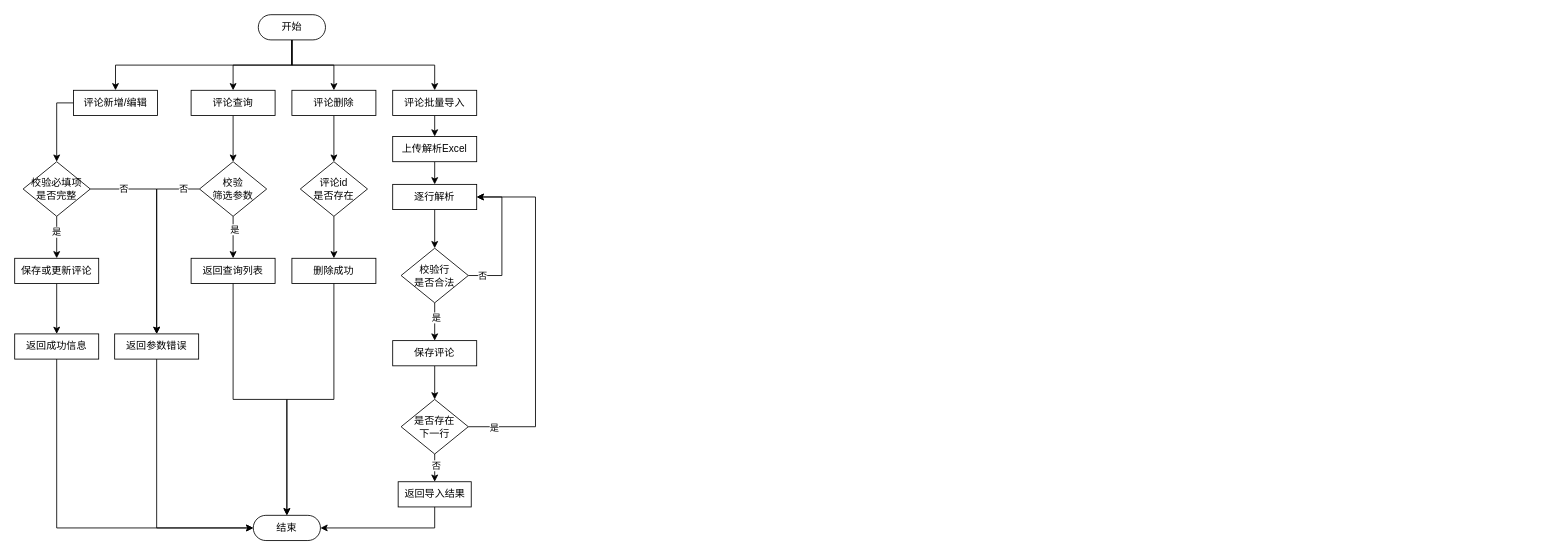
The draw.io diagram page "评论管理模块流程图" (15 of 19) of 题库E-R.drawio in ChenLiheng/question-project, before the edit. Source tidied: cells renumbered, new cells numbered last; positions are measured from the earlier drawing's top-left corner, leaving out a move shared by most shapes. Both pictures are drawn from the tidied source at 84%, with x=0, y=0 at pixel (14, 14).
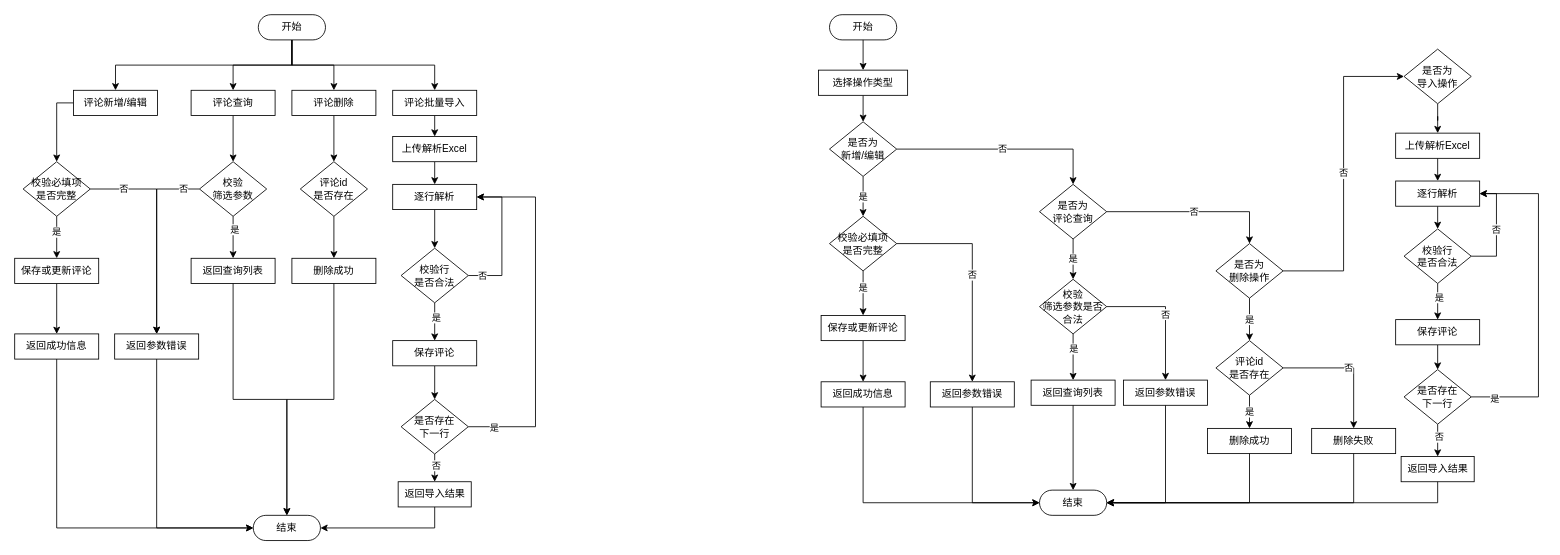
The same diagram, later.

The edit, as a diff of the source:
```diff
@@
+    <mxCell id="56" style="group;" parent="1" vertex="1">
+      <mxGeometry x="957" width="857" height="596" as="geometry" />
+    </mxCell>
+    <mxCell id="57" value="开始" style="html=1;dashed=0;whiteSpace=wrap;shape=mxgraph.dfd.start;" parent="56" vertex="1">
+      <mxGeometry x="13" width="80" height="30" as="geometry" />
+    </mxCell>
+    <mxCell id="58" style="group;" parent="56" vertex="1">
+      <mxGeometry y="41" width="857" height="555" as="geometry" />
+    </mxCell>
+    <mxCell id="59" style="edgeStyle=orthogonalEdgeStyle;rounded=0;jettySize=auto;html=1;exitX=0.5;exitY=1;exitDx=0;exitDy=0;entryX=0.5;entryY=0;entryDx=0;entryDy=0;" parent="58" edge="1" source="60" target="63">
+      <mxGeometry relative="1" as="geometry" />
+    </mxCell>
+    <mxCell id="60" value="选择操作类型" style="whiteSpace=wrap;html=1;dashed=0;" parent="58" vertex="1">
+      <mxGeometry y="25" width="106" height="30" as="geometry" />
+    </mxCell>
+    <mxCell id="61" value="是" style="edgeStyle=orthogonalEdgeStyle;rounded=0;jettySize=auto;html=1;exitX=0.5;exitY=1;exitDx=0;exitDy=0;entryX=0.5;entryY=0;entryDx=0;entryDy=0;" parent="58" edge="1" source="63" target="67">
+      <mxGeometry relative="1" as="geometry" />
+    </mxCell>
+    <mxCell id="62" value="否" style="edgeStyle=orthogonalEdgeStyle;rounded=0;jettySize=auto;html=1;exitX=1;exitY=0.5;exitDx=0;exitDy=0;entryX=0.5;entryY=0;entryDx=0;entryDy=0;" parent="58" edge="1" source="63" target="77">
+      <mxGeometry relative="1" as="geometry" />
+    </mxCell>
+    <mxCell id="63" value="是否为&lt;div&gt;新增/编辑&lt;/div&gt;" style="rhombus;whiteSpace=wrap;html=1;dashed=0;" parent="58" vertex="1">
+      <mxGeometry x="13" y="86.5" width="80" height="65" as="geometry" />
+    </mxCell>
+    <mxCell id="64" style="edgeStyle=orthogonalEdgeStyle;rounded=0;jettySize=auto;html=1;exitX=0.5;exitY=1;exitDx=0;exitDy=0;entryX=0.5;entryY=0;entryDx=0;entryDy=0;" parent="58" edge="1" source="67" target="69">
+      <mxGeometry relative="1" as="geometry" />
+    </mxCell>
+    <mxCell id="65" value="是" style="edgeLabel;html=1;align=center;verticalAlign=middle;" parent="64" vertex="1">
+      <mxGeometry x="-0.28" y="-1" relative="1" as="geometry" />
+    </mxCell>
+    <mxCell id="66" value="否" style="edgeStyle=orthogonalEdgeStyle;rounded=0;jettySize=auto;html=1;exitX=1;exitY=0.5;exitDx=0;exitDy=0;entryX=0.5;entryY=0;entryDx=0;entryDy=0;" parent="58" edge="1" source="67" target="73">
+      <mxGeometry relative="1" as="geometry" />
+    </mxCell>
+    <mxCell id="67" value="校验必填项&lt;div&gt;是否完整&lt;/div&gt;" style="rhombus;whiteSpace=wrap;html=1;dashed=0;" parent="58" vertex="1">
+      <mxGeometry x="13" y="199" width="80" height="65" as="geometry" />
+    </mxCell>
+    <mxCell id="68" style="edgeStyle=orthogonalEdgeStyle;rounded=0;jettySize=auto;html=1;exitX=0.5;exitY=1;exitDx=0;exitDy=0;entryX=0.5;entryY=0;entryDx=0;entryDy=0;" parent="58" edge="1" source="69" target="70">
+      <mxGeometry relative="1" as="geometry" />
+    </mxCell>
+    <mxCell id="69" value="保存或更新评论" style="html=1;dashed=0;whiteSpace=wrap;" parent="58" vertex="1">
+      <mxGeometry x="3" y="317" width="100" height="30" as="geometry" />
+    </mxCell>
+    <mxCell id="70" value="返回成功信息" style="html=1;dashed=0;whiteSpace=wrap;" parent="58" vertex="1">
+      <mxGeometry x="3" y="396" width="100" height="30" as="geometry" />
+    </mxCell>
+    <mxCell id="71" value="结束" style="html=1;dashed=0;whiteSpace=wrap;shape=mxgraph.dfd.start;" parent="58" vertex="1">
+      <mxGeometry x="263" y="525" width="80" height="30" as="geometry" />
+    </mxCell>
+    <mxCell id="72" style="edgeStyle=orthogonalEdgeStyle;rounded=0;jettySize=auto;html=1;exitX=0.5;exitY=1;exitDx=0;exitDy=0;entryX=0;entryY=0.5;entryDx=0;entryDy=0;entryPerimeter=0;" parent="58" edge="1" source="70" target="71">
+      <mxGeometry relative="1" as="geometry" />
+    </mxCell>
+    <mxCell id="73" value="返回参数错误" style="html=1;dashed=0;whiteSpace=wrap;" parent="58" vertex="1">
+      <mxGeometry x="133" y="396" width="100" height="30" as="geometry" />
+    </mxCell>
+    <mxCell id="74" style="edgeStyle=orthogonalEdgeStyle;rounded=0;jettySize=auto;html=1;exitX=0.5;exitY=1;exitDx=0;exitDy=0;entryX=0;entryY=0.5;entryDx=0;entryDy=0;entryPerimeter=0;" parent="58" edge="1" source="73" target="71">
+      <mxGeometry relative="1" as="geometry" />
+    </mxCell>
+    <mxCell id="75" value="是" style="edgeStyle=orthogonalEdgeStyle;rounded=0;jettySize=auto;html=1;exitX=0.5;exitY=1;exitDx=0;exitDy=0;entryX=0.5;entryY=0;entryDx=0;entryDy=0;" parent="58" edge="1" source="77" target="81">
+      <mxGeometry relative="1" as="geometry" />
+    </mxCell>
+    <mxCell id="76" value="否" style="edgeStyle=orthogonalEdgeStyle;rounded=0;jettySize=auto;html=1;exitX=1;exitY=0.5;exitDx=0;exitDy=0;entryX=0.5;entryY=0;entryDx=0;entryDy=0;" parent="58" edge="1" source="77" target="88">
+      <mxGeometry relative="1" as="geometry" />
+    </mxCell>
+    <mxCell id="77" value="是否为&lt;div&gt;评论查询&lt;/div&gt;" style="rhombus;whiteSpace=wrap;html=1;dashed=0;" parent="58" vertex="1">
+      <mxGeometry x="263" y="161" width="80" height="65" as="geometry" />
+    </mxCell>
+    <mxCell id="78" style="edgeStyle=orthogonalEdgeStyle;rounded=0;jettySize=auto;html=1;exitX=0.5;exitY=1;exitDx=0;exitDy=0;entryX=0.5;entryY=0;entryDx=0;entryDy=0;" parent="58" edge="1" source="81" target="82">
+      <mxGeometry relative="1" as="geometry" />
+    </mxCell>
+    <mxCell id="79" value="是" style="edgeLabel;html=1;align=center;verticalAlign=middle;" parent="78" vertex="1">
+      <mxGeometry x="-0.38" relative="1" as="geometry" />
+    </mxCell>
+    <mxCell id="80" value="否" style="edgeStyle=orthogonalEdgeStyle;rounded=0;jettySize=auto;html=1;exitX=1;exitY=0.5;exitDx=0;exitDy=0;entryX=0.5;entryY=0;entryDx=0;entryDy=0;" parent="58" edge="1" source="81" target="84">
+      <mxGeometry relative="1" as="geometry" />
+    </mxCell>
+    <mxCell id="81" value="校验&lt;div&gt;筛选参数是否合法&lt;br&gt;&lt;/div&gt;" style="rhombus;whiteSpace=wrap;html=1;dashed=0;" parent="58" vertex="1">
+      <mxGeometry x="263" y="274" width="80" height="65" as="geometry" />
+    </mxCell>
+    <mxCell id="82" value="返回查询列表" style="html=1;dashed=0;whiteSpace=wrap;" parent="58" vertex="1">
+      <mxGeometry x="253" y="394" width="100" height="30" as="geometry" />
+    </mxCell>
+    <mxCell id="83" style="edgeStyle=orthogonalEdgeStyle;rounded=0;jettySize=auto;html=1;exitX=0.5;exitY=1;exitDx=0;exitDy=0;entryX=0.5;entryY=0.5;entryDx=0;entryDy=-15;entryPerimeter=0;" parent="58" edge="1" source="82" target="71">
+      <mxGeometry relative="1" as="geometry" />
+    </mxCell>
+    <mxCell id="84" value="返回参数错误" style="html=1;dashed=0;whiteSpace=wrap;" parent="58" vertex="1">
+      <mxGeometry x="363" y="394" width="100" height="30" as="geometry" />
+    </mxCell>
+    <mxCell id="85" style="edgeStyle=orthogonalEdgeStyle;rounded=0;jettySize=auto;html=1;exitX=0.5;exitY=1;exitDx=0;exitDy=0;entryX=1;entryY=0.5;entryDx=0;entryDy=0;entryPerimeter=0;" parent="58" edge="1" source="84" target="71">
+      <mxGeometry relative="1" as="geometry" />
+    </mxCell>
+    <mxCell id="86" value="是" style="edgeStyle=orthogonalEdgeStyle;rounded=0;jettySize=auto;html=1;exitX=0.5;exitY=1;exitDx=0;exitDy=0;entryX=0.5;entryY=0;entryDx=0;entryDy=0;" parent="58" edge="1" source="88" target="91">
+      <mxGeometry relative="1" as="geometry" />
+    </mxCell>
+    <mxCell id="87" value="否" style="edgeStyle=orthogonalEdgeStyle;rounded=0;jettySize=auto;html=1;exitX=1;exitY=0.5;exitDx=0;exitDy=0;entryX=0;entryY=0.5;entryDx=0;entryDy=0;" parent="58" edge="1" source="88" target="97">
+      <mxGeometry relative="1" as="geometry" />
+    </mxCell>
+    <mxCell id="88" value="是否为&lt;div&gt;删除操作&lt;/div&gt;" style="rhombus;whiteSpace=wrap;html=1;dashed=0;" parent="58" vertex="1">
+      <mxGeometry x="473" y="231.5" width="80" height="65" as="geometry" />
+    </mxCell>
+    <mxCell id="89" value="是" style="edgeStyle=orthogonalEdgeStyle;rounded=0;jettySize=auto;html=1;exitX=0.5;exitY=1;exitDx=0;exitDy=0;entryX=0.5;entryY=0;entryDx=0;entryDy=0;" parent="58" edge="1" source="91" target="92">
+      <mxGeometry relative="1" as="geometry" />
+    </mxCell>
+    <mxCell id="90" value="否" style="edgeStyle=orthogonalEdgeStyle;rounded=0;jettySize=auto;html=1;exitX=1;exitY=0.5;exitDx=0;exitDy=0;entryX=0.5;entryY=0;entryDx=0;entryDy=0;" parent="58" edge="1" source="91" target="93">
+      <mxGeometry relative="1" as="geometry" />
+    </mxCell>
+    <mxCell id="91" value="评论id&lt;div&gt;是否存在&lt;/div&gt;" style="rhombus;whiteSpace=wrap;html=1;dashed=0;" parent="58" vertex="1">
+      <mxGeometry x="473" y="347" width="80" height="65" as="geometry" />
+    </mxCell>
+    <mxCell id="92" value="删除成功" style="html=1;dashed=0;whiteSpace=wrap;" parent="58" vertex="1">
+      <mxGeometry x="463" y="451.5" width="100" height="30" as="geometry" />
+    </mxCell>
+    <mxCell id="93" value="删除失败" style="html=1;dashed=0;whiteSpace=wrap;" parent="58" vertex="1">
+      <mxGeometry x="587" y="451.5" width="100" height="30" as="geometry" />
+    </mxCell>
+    <mxCell id="94" style="edgeStyle=orthogonalEdgeStyle;rounded=0;jettySize=auto;html=1;exitX=0.5;exitY=1;exitDx=0;exitDy=0;entryX=1;entryY=0.5;entryDx=0;entryDy=0;entryPerimeter=0;" parent="58" edge="1" source="92" target="71">
+      <mxGeometry relative="1" as="geometry" />
+    </mxCell>
+    <mxCell id="95" style="edgeStyle=orthogonalEdgeStyle;rounded=0;jettySize=auto;html=1;exitX=0.5;exitY=1;exitDx=0;exitDy=0;entryX=1;entryY=0.5;entryDx=0;entryDy=0;entryPerimeter=0;" parent="58" edge="1" source="93" target="71">
+      <mxGeometry relative="1" as="geometry" />
+    </mxCell>
+    <mxCell id="96" style="edgeStyle=orthogonalEdgeStyle;rounded=0;jettySize=auto;html=1;exitX=0.5;exitY=1;exitDx=0;exitDy=0;" parent="58" edge="1" source="97" target="99">
+      <mxGeometry relative="1" as="geometry" />
+    </mxCell>
+    <mxCell id="97" value="是否为&lt;div&gt;导入操作&lt;/div&gt;" style="rhombus;whiteSpace=wrap;html=1;dashed=0;" parent="58" vertex="1">
+      <mxGeometry x="697" width="80" height="65" as="geometry" />
+    </mxCell>
+    <mxCell id="98" style="edgeStyle=orthogonalEdgeStyle;rounded=0;jettySize=auto;html=1;exitX=0.5;exitY=1;exitDx=0;exitDy=0;entryX=0.5;entryY=0;entryDx=0;entryDy=0;" parent="58" edge="1" source="99" target="101">
+      <mxGeometry relative="1" as="geometry" />
+    </mxCell>
+    <mxCell id="99" value="上传解析Excel" style="html=1;dashed=0;whiteSpace=wrap;" parent="58" vertex="1">
+      <mxGeometry x="687" y="100" width="100" height="30" as="geometry" />
+    </mxCell>
+    <mxCell id="100" style="edgeStyle=orthogonalEdgeStyle;rounded=0;jettySize=auto;html=1;exitX=0.5;exitY=1;exitDx=0;exitDy=0;entryX=0.5;entryY=0;entryDx=0;entryDy=0;" parent="58" edge="1" source="101" target="105">
+      <mxGeometry relative="1" as="geometry" />
+    </mxCell>
+    <mxCell id="101" value="逐行解析" style="html=1;dashed=0;whiteSpace=wrap;" parent="58" vertex="1">
+      <mxGeometry x="687" y="157" width="100" height="30" as="geometry" />
+    </mxCell>
+    <mxCell id="102" style="edgeStyle=orthogonalEdgeStyle;rounded=0;jettySize=auto;html=1;exitX=0.5;exitY=1;exitDx=0;exitDy=0;entryX=0.5;entryY=0;entryDx=0;entryDy=0;" parent="58" edge="1" source="105" target="107">
+      <mxGeometry relative="1" as="geometry" />
+    </mxCell>
+    <mxCell id="103" value="是" style="edgeLabel;html=1;align=center;verticalAlign=middle;" parent="102" vertex="1">
+      <mxGeometry x="-0.25" y="1" relative="1" as="geometry" />
+    </mxCell>
+    <mxCell id="104" value="否" style="edgeStyle=orthogonalEdgeStyle;rounded=0;jettySize=auto;html=1;exitX=1;exitY=0.5;exitDx=0;exitDy=0;entryX=1;entryY=0.5;entryDx=0;entryDy=0;" parent="58" edge="1" source="105" target="101">
+      <mxGeometry relative="1" as="geometry">
+        <Array as="points">
+          <mxPoint x="807" y="246" />
+          <mxPoint x="807" y="172" />
+        </Array>
+      </mxGeometry>
+    </mxCell>
+    <mxCell id="105" value="校验行&lt;div&gt;是否合法&lt;/div&gt;" style="rhombus;whiteSpace=wrap;html=1;dashed=0;" parent="58" vertex="1">
+      <mxGeometry x="697" y="214" width="80" height="65" as="geometry" />
+    </mxCell>
+    <mxCell id="106" style="edgeStyle=orthogonalEdgeStyle;rounded=0;jettySize=auto;html=1;exitX=0.5;exitY=1;exitDx=0;exitDy=0;entryX=0.5;entryY=0;entryDx=0;entryDy=0;" parent="58" edge="1" source="107" target="112">
+      <mxGeometry relative="1" as="geometry" />
+    </mxCell>
+    <mxCell id="107" value="保存评论" style="html=1;dashed=0;whiteSpace=wrap;" parent="58" vertex="1">
+      <mxGeometry x="687" y="322" width="100" height="30" as="geometry" />
+    </mxCell>
+    <mxCell id="108" style="edgeStyle=orthogonalEdgeStyle;rounded=0;jettySize=auto;html=1;exitX=1;exitY=0.5;exitDx=0;exitDy=0;entryX=1;entryY=0.5;entryDx=0;entryDy=0;" parent="58" edge="1" source="112" target="101">
+      <mxGeometry relative="1" as="geometry">
+        <Array as="points">
+          <mxPoint x="857" y="414" />
+          <mxPoint x="857" y="172" />
+        </Array>
+      </mxGeometry>
+    </mxCell>
+    <mxCell id="109" value="是" style="edgeLabel;html=1;align=center;verticalAlign=middle;" parent="108" vertex="1">
+      <mxGeometry x="-0.86" y="-1" relative="1" as="geometry" />
+    </mxCell>
+    <mxCell id="110" style="edgeStyle=orthogonalEdgeStyle;rounded=0;jettySize=auto;html=1;exitX=0.5;exitY=1;exitDx=0;exitDy=0;entryX=0.5;entryY=0;entryDx=0;entryDy=0;" parent="58" edge="1" source="112" target="113">
+      <mxGeometry relative="1" as="geometry" />
+    </mxCell>
+    <mxCell id="111" value="否" style="edgeLabel;html=1;align=center;verticalAlign=middle;" parent="110" vertex="1">
+      <mxGeometry x="-0.21" y="1" relative="1" as="geometry" />
+    </mxCell>
+    <mxCell id="112" value="是否存在&lt;div&gt;下一行&lt;/div&gt;" style="rhombus;whiteSpace=wrap;html=1;dashed=0;" parent="58" vertex="1">
+      <mxGeometry x="697" y="381.5" width="80" height="65" as="geometry" />
+    </mxCell>
+    <mxCell id="113" value="返回导入结果" style="html=1;dashed=0;whiteSpace=wrap;" parent="58" vertex="1">
+      <mxGeometry x="693.5" y="485" width="87" height="30" as="geometry" />
+    </mxCell>
+    <mxCell id="114" style="edgeStyle=orthogonalEdgeStyle;rounded=0;jettySize=auto;html=1;exitX=0.5;exitY=1;exitDx=0;exitDy=0;entryX=1;entryY=0.5;entryDx=0;entryDy=0;entryPerimeter=0;" parent="58" edge="1" source="113" target="71">
+      <mxGeometry relative="1" as="geometry" />
+    </mxCell>
+    <mxCell id="115" style="edgeStyle=orthogonalEdgeStyle;rounded=0;jettySize=auto;html=1;exitX=0.5;exitY=0.5;exitDx=0;exitDy=15;exitPerimeter=0;entryX=0.5;entryY=0;entryDx=0;entryDy=0;" parent="56" edge="1" source="57" target="60">
+      <mxGeometry relative="1" as="geometry" />
+    </mxCell>
```
